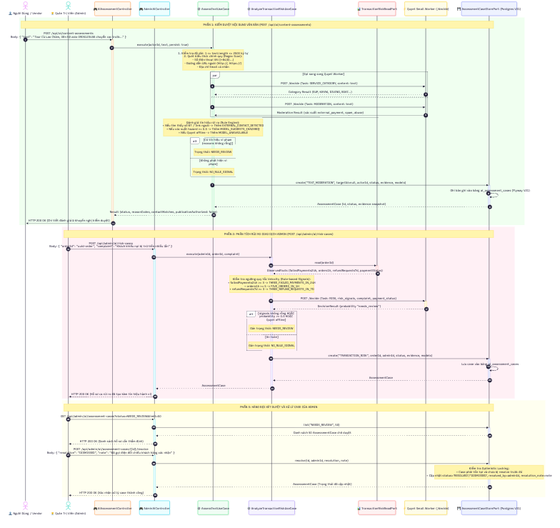
Above: docs/BE_WorkFlows/AI/Content_Assessment_And_Transaction_Risk_Flow.png in capkimkhanh2k5/PBL6_HTTT (Mermaid), before the change. Its source is kept beside it as docs/BE_WorkFlows/AI/codeFlows/Content_Assessment_And_Transaction_Risk_Flow.mmd. Its diagram source:
```mermaid
sequenceDiagram
    autonumber

    actor User as 👤 Người Dùng / Vendor
    actor Admin as 👨‍💼 Quản Trị Viên (Admin)
    participant AssessCtrl as 🎮 AiAssessmentController
    participant AdminCtrl as 🎮 AdminAiController
    participant AssessUC as ⚙️ AssessTextUseCase
    participant RiskUC as ⚙️ AnalyzeTransactionRiskUseCase
    participant OrderPort as 📊 TransactionRiskReadPort
    participant Quyet as ⚡ Quyet Small Worker (/decide)
    participant CaseStore as 💾 AssessmentCaseStorePort (Postgres V21)

    rect rgb(240, 255, 240)
        Note over User, CaseStore: PHẦN 1: KIỂM DUYỆT NỘI DUNG VĂN BẢN (POST /api/ai/content-assessments)
        User->>AssessCtrl: POST /api/ai/content-assessments<br/>Body: { "text": "Tour Cù Lao Chàm, liên hệ zalo 0905123456 chuyển cọc trước..." }
        activate AssessCtrl

        AssessCtrl->>AssessUC: execute(actorId, text, persist: true)
        activate AssessUC

        Note over AssessUC: 1. Kiểm tra độ dài: 1 <= text.length <= 2500 ký tự<br/>2. Quét biểu thức chính quy (Regex Scan):<br/>- Số điện thoại VN ((+84|0)...)<br/>- Đường dẫn URL ngoài (http://, https://)<br/>- Địa chỉ Email cá nhân

        par Gọi song song Quyet Worker
            AssessUC->>Quyet: POST /decide (Task: SERVICE_CATEGORY, content: text)
            Quyet-->>AssessUC: Category Result (SUP, KAYAK, DIVING, BOAT...)
        and
            AssessUC->>Quyet: POST /decide (Task: MODERATION, content: text)
            Quyet-->>AssessUC: Moderation Result (xác suất external_payment, spam, abuse)
        end

        Note over AssessUC: Đánh giá tín hiệu rủi ro (Rule Engine):<br/>• Nếu tìm thấy số ĐT / link ngoài -> Thêm EXTERNAL_CONTACT_DETECTED<br/>• Nếu xác suất hazard >= 0.5 -> Thêm MODEL_SUGGESTS_{HAZARD}<br/>• Nếu Quyet offline -> Thêm MODEL_UNAVAILABLE

        alt Có tín hiệu vi phạm (reasons không rỗng)
            Note over AssessUC: Trạng thái: NEEDS_REVIEW
        else Không phát hiện vi phạm
            Note over AssessUC: Trạng thái: NO_RULE_SIGNAL
        end

        AssessUC->>CaseStore: create("TEXT_MODERATION", targetId=null, actorId, status, evidence, models)
        activate CaseStore
        CaseStore->>CaseStore: Ghi bản ghi vào bảng ai_assessment_cases (Flyway V21)
        CaseStore-->>AssessUC: AssessmentCase (id, status, evidence snapshot)
        deactivate CaseStore

        AssessUC-->>AssessCtrl: Result (status, reasonCodes, contactMatches, publicationAuthorized: false)
        deactivate AssessUC
        AssessCtrl-->>User: HTTP 200 OK (Chi tiết đánh giá & khuyến nghị kiểm duyệt)
        deactivate AssessCtrl
    end

    rect rgb(255, 240, 245)
        Note over Admin, CaseStore: PHẦN 2: PHÂN TÍCH RỦI RO GIAO DỊCH ADMIN (POST /api/admin/ai/risk-cases)
        Admin->>AdminCtrl: POST /api/admin/ai/risk-cases<br/>Body: { "orderId": "uuid-order", "complaint": "Khách khiếu nại bị trừ tiền nhiều lần" }
        activate AdminCtrl

        AdminCtrl->>RiskUC: execute(adminId, orderId, complaint)
        activate RiskUC

        RiskUC->>OrderPort: read(orderId)
        activate OrderPort
        OrderPort-->>RiskUC: ObservedFacts (failedPayments24h, orders1h, refundRequests7d, paymentStatus)
        deactivate OrderPort

        Note over RiskUC: Kiểm tra ngưỡng quy tắc Velocity (Rule-based Signals):<br/>• failedPayments24h >= 3 -> THREE_FAILED_PAYMENTS_IN_24H<br/>• orders1h >= 5 -> FIVE_ORDERS_IN_1H<br/>• refundRequests7d >= 3 -> THREE_REFUND_REQUESTS_IN_7D

        RiskUC->>Quyet: POST /decide (Task: RISK, risk_signals, complaint, payment_status)
        activate Quyet
        Quyet-->>RiskUC: DecisionResult (probability "needs_review")
        deactivate Quyet

        alt signals không rỗng HOẶC probability >= 0.5 HOẶC Quyet offline
            Note over RiskUC: Gán trạng thái: NEEDS_REVIEW
        else An toàn
            Note over RiskUC: Gán trạng thái: NO_RULE_SIGNAL
        end

        RiskUC->>CaseStore: create("TRANSACTION_RISK", orderId, adminId, status, evidence, models)
        activate CaseStore
        CaseStore->>CaseStore: Lưu case vào bảng ai_assessment_cases
        CaseStore-->>RiskUC: AssessmentCase
        deactivate CaseStore

        RiskUC-->>AdminCtrl: AssessmentCase
        deactivate RiskUC
        AdminCtrl-->>Admin: HTTP 200 OK (Hồ sơ ca rủi ro đã tạo kèm tín hiệu hành vi)
        deactivate AdminCtrl
    end

    rect rgb(255, 255, 240)
        Note over Admin, CaseStore: PHẦN 3: HÀNG ĐỢI XÉT DUYỆT VÀ XỬ LÝ CASE CỦA ADMIN
        Admin->>AdminCtrl: GET /api/admin/ai/assessment-cases?status=NEEDS_REVIEW&limit=50
        activate AdminCtrl
        AdminCtrl->>CaseStore: list("NEEDS_REVIEW", 50)
        activate CaseStore
        CaseStore-->>AdminCtrl: Danh sách 50 AssessmentCase chờ duyệt
        deactivate CaseStore
        AdminCtrl-->>Admin: HTTP 200 OK (Danh sách hồ sơ cần thẩm định)
        deactivate AdminCtrl

        Admin->>AdminCtrl: POST /api/admin/ai/assessment-cases/{id}/resolve<br/>Body: { "resolution": "DISMISSED", "note": "Đã gọi điện đối chiếu khách hàng xác nhận" }
        activate AdminCtrl

        AdminCtrl->>CaseStore: resolve(id, adminId, resolution, note)
        activate CaseStore
        Note over CaseStore: Kiểm tra Optimistic Locking:<br/>• Case phải tồn tại và chưa bị resolve trước đó<br/>• Cập nhật status='RESOLVED'/'DISMISSED', resolved_by=adminId, resolution_note=note
        CaseStore-->>AdminCtrl: AssessmentCase (Trạng thái đã cập nhật)
        deactivate CaseStore

        AdminCtrl-->>Admin: HTTP 200 OK (Xác nhận xử lý case thành công)
        deactivate AdminCtrl
    end
```
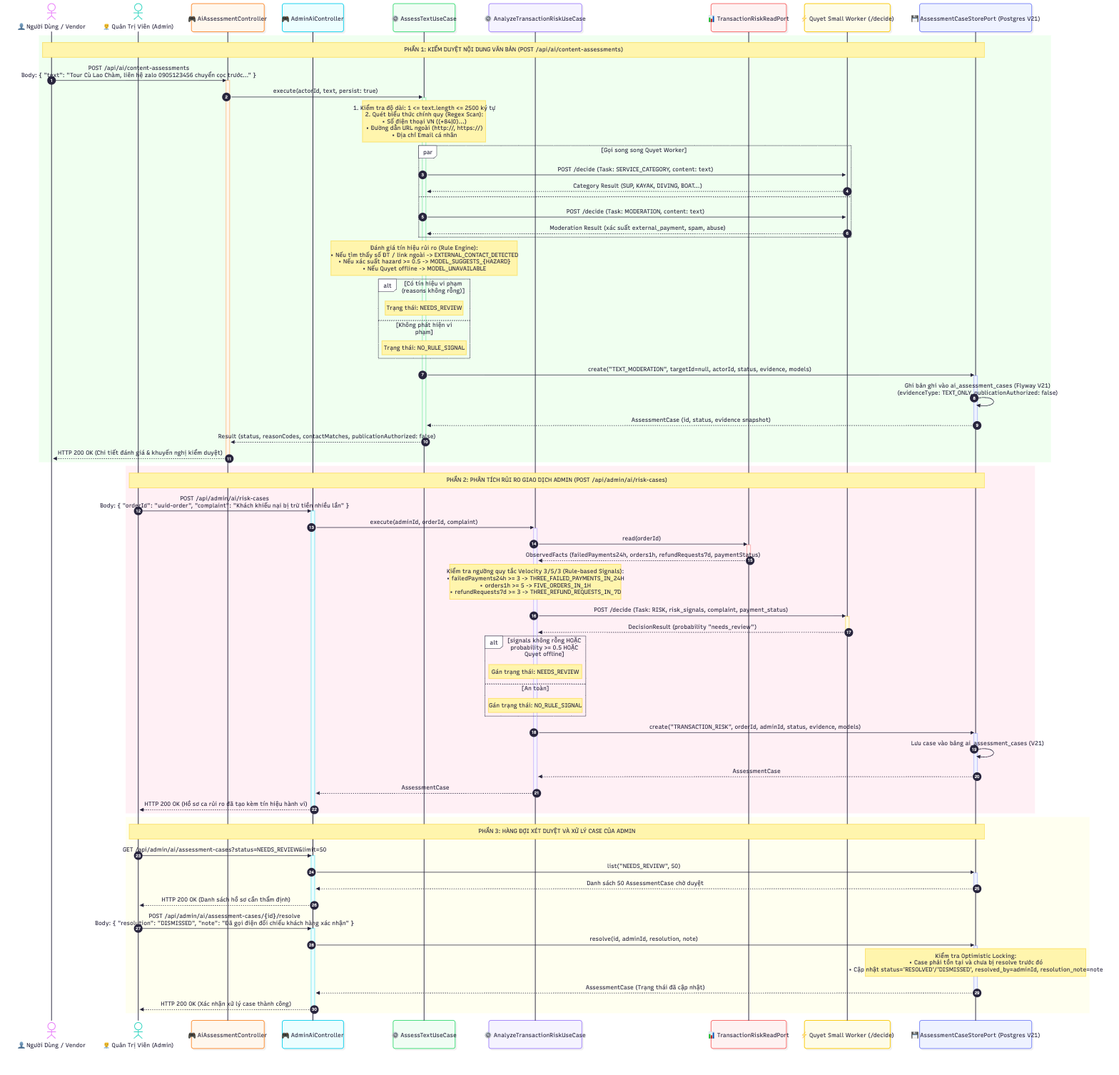
Above is the later version.

The edit, as a diff of the source:
```diff
@@ -19,7 +19,7 @@
         AssessCtrl->>AssessUC: execute(actorId, text, persist: true)
         activate AssessUC
 
-        Note over AssessUC: 1. Kiểm tra độ dài: 1 <= text.length <= 2500 ký tự<br/>2. Quét biểu thức chính quy (Regex Scan):<br/>- Số điện thoại VN ((+84|0)...)<br/>- Đường dẫn URL ngoài (http://, https://)<br/>- Địa chỉ Email cá nhân
+        Note over AssessUC: 1. Kiểm tra độ dài: 1 <= text.length <= 2500 ký tự<br/>2. Quét biểu thức chính quy (Regex Scan):<br/>• Số điện thoại VN ((+84|0)...)<br/>• Đường dẫn URL ngoài (http://, https://)<br/>• Địa chỉ Email cá nhân
 
         par Gọi song song Quyet Worker
             AssessUC->>Quyet: POST /decide (Task: SERVICE_CATEGORY, content: text)
@@ -29,7 +29,7 @@
             Quyet-->>AssessUC: Moderation Result (xác suất external_payment, spam, abuse)
         end
 
-        Note over AssessUC: Đánh giá tín hiệu rủi ro (Rule Engine):<br/>• Nếu tìm thấy số ĐT / link ngoài -> Thêm EXTERNAL_CONTACT_DETECTED<br/>• Nếu xác suất hazard >= 0.5 -> Thêm MODEL_SUGGESTS_{HAZARD}<br/>• Nếu Quyet offline -> Thêm MODEL_UNAVAILABLE
+        Note over AssessUC: Đánh giá tín hiệu rủi ro (Rule Engine):<br/>• Nếu tìm thấy số ĐT / link ngoài -> EXTERNAL_CONTACT_DETECTED<br/>• Nếu xác suất hazard >= 0.5 -> MODEL_SUGGESTS_{HAZARD}<br/>• Nếu Quyet offline -> MODEL_UNAVAILABLE
 
         alt Có tín hiệu vi phạm (reasons không rỗng)
             Note over AssessUC: Trạng thái: NEEDS_REVIEW
@@ -39,7 +39,7 @@
 
         AssessUC->>CaseStore: create("TEXT_MODERATION", targetId=null, actorId, status, evidence, models)
         activate CaseStore
-        CaseStore->>CaseStore: Ghi bản ghi vào bảng ai_assessment_cases (Flyway V21)
+        CaseStore->>CaseStore: Ghi bản ghi vào ai_assessment_cases (Flyway V21)<br/>(evidenceType: TEXT_ONLY, publicationAuthorized: false)
         CaseStore-->>AssessUC: AssessmentCase (id, status, evidence snapshot)
         deactivate CaseStore
 
@@ -62,7 +62,7 @@
         OrderPort-->>RiskUC: ObservedFacts (failedPayments24h, orders1h, refundRequests7d, paymentStatus)
         deactivate OrderPort
 
-        Note over RiskUC: Kiểm tra ngưỡng quy tắc Velocity (Rule-based Signals):<br/>• failedPayments24h >= 3 -> THREE_FAILED_PAYMENTS_IN_24H<br/>• orders1h >= 5 -> FIVE_ORDERS_IN_1H<br/>• refundRequests7d >= 3 -> THREE_REFUND_REQUESTS_IN_7D
+        Note over RiskUC: Kiểm tra ngưỡng quy tắc Velocity 3/5/3 (Rule-based Signals):<br/>• failedPayments24h >= 3 -> THREE_FAILED_PAYMENTS_IN_24H<br/>• orders1h >= 5 -> FIVE_ORDERS_IN_1H<br/>• refundRequests7d >= 3 -> THREE_REFUND_REQUESTS_IN_7D
 
         RiskUC->>Quyet: POST /decide (Task: RISK, risk_signals, complaint, payment_status)
         activate Quyet
@@ -77,7 +77,7 @@
 
         RiskUC->>CaseStore: create("TRANSACTION_RISK", orderId, adminId, status, evidence, models)
         activate CaseStore
-        CaseStore->>CaseStore: Lưu case vào bảng ai_assessment_cases
+        CaseStore->>CaseStore: Lưu case vào bảng ai_assessment_cases (V21)
         CaseStore-->>RiskUC: AssessmentCase
         deactivate CaseStore
 
```
